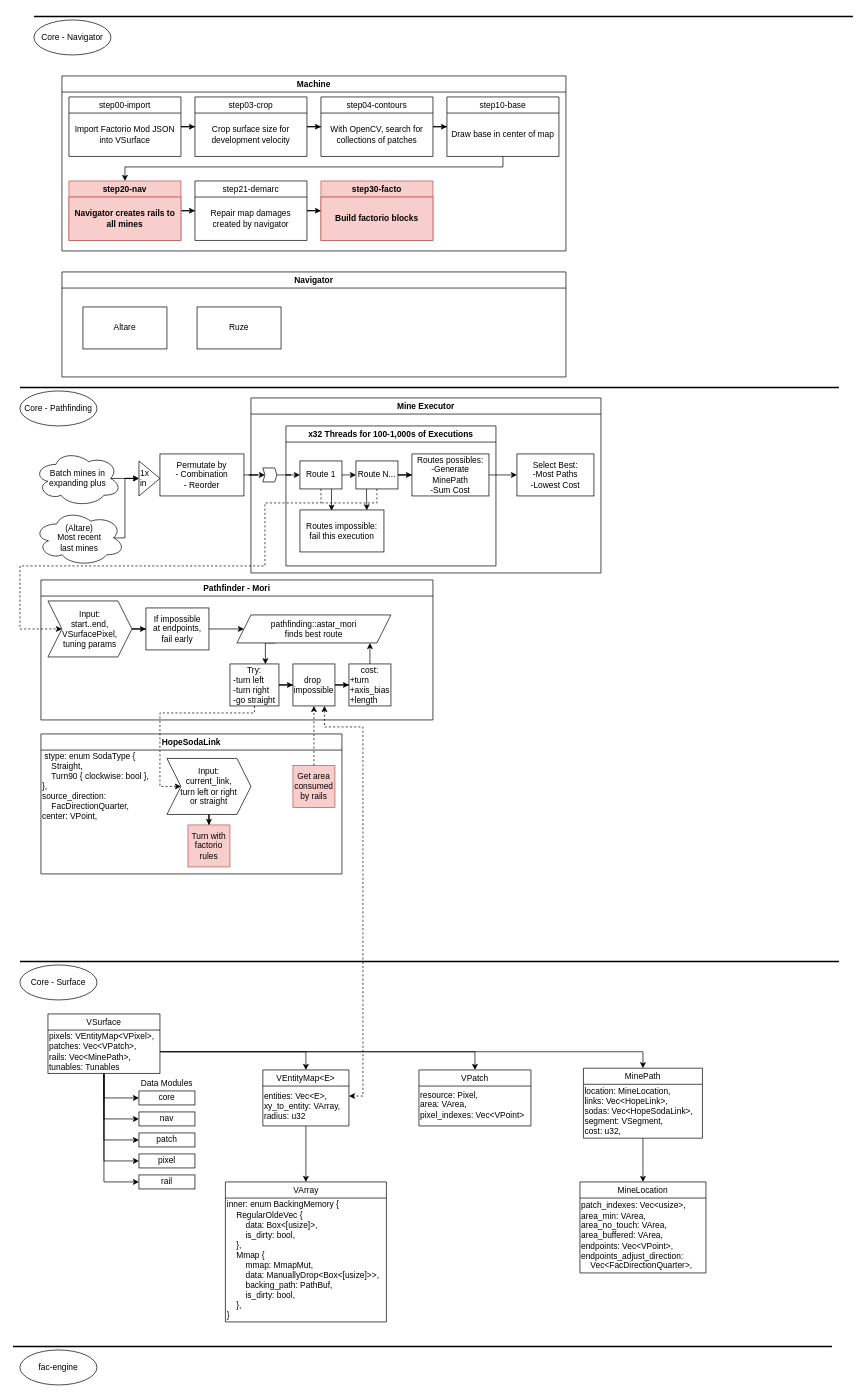
TheLQ/tako-diagrams keeps this draw.io diagram as facto-loop-miner.drawio. Above is the earlier version. Source tidied: cells renumbered, new cells numbered last; positions are measured from the earlier drawing's top-left corner, leaving out a move shared by most shapes. Both pictures are drawn from the tidied source at 70%, with x=0, y=0 at pixel (13, 13).
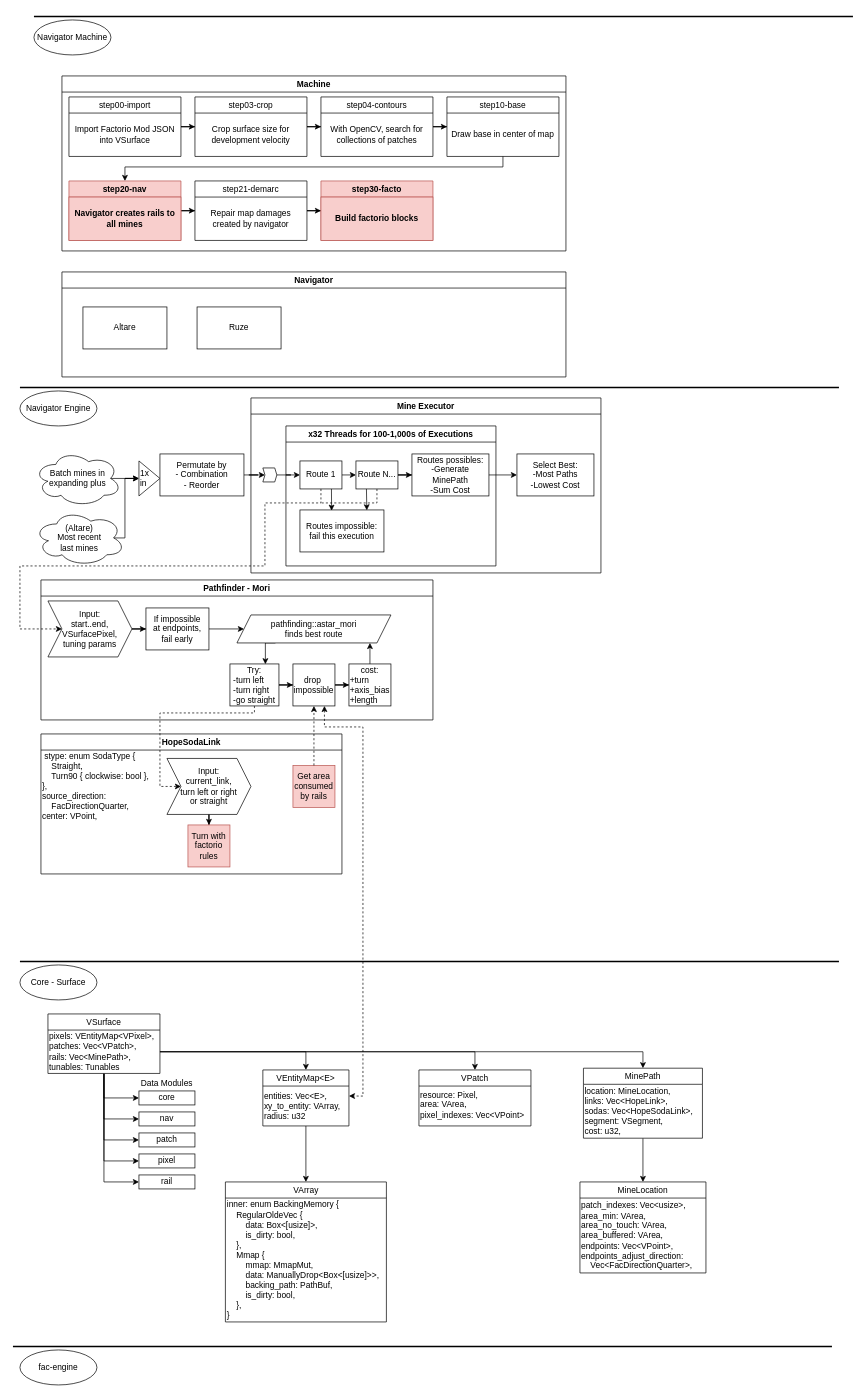
The same page after the edit.

Commit message:
facto: complete nav

Change to the diagram source:
```diff
@@
-    <mxCell id="34" value="Core - Navigator" style="ellipse;whiteSpace=wrap;html=1;" parent="1" vertex="1">
+    <mxCell id="34" value="Navigator Machine" style="ellipse;whiteSpace=wrap;html=1;" parent="1" vertex="1">
       <mxGeometry x="30" y="10" width="110" height="50" as="geometry" />
     </mxCell>
@@
-    <mxCell id="84" value="Core - Pathfinding" style="ellipse;whiteSpace=wrap;html=1;" parent="1" vertex="1">
+    <mxCell id="84" value="Navigator Engine" style="ellipse;whiteSpace=wrap;html=1;" parent="1" vertex="1">
       <mxGeometry x="10" y="540" width="110" height="50" as="geometry" />
     </mxCell>
```
